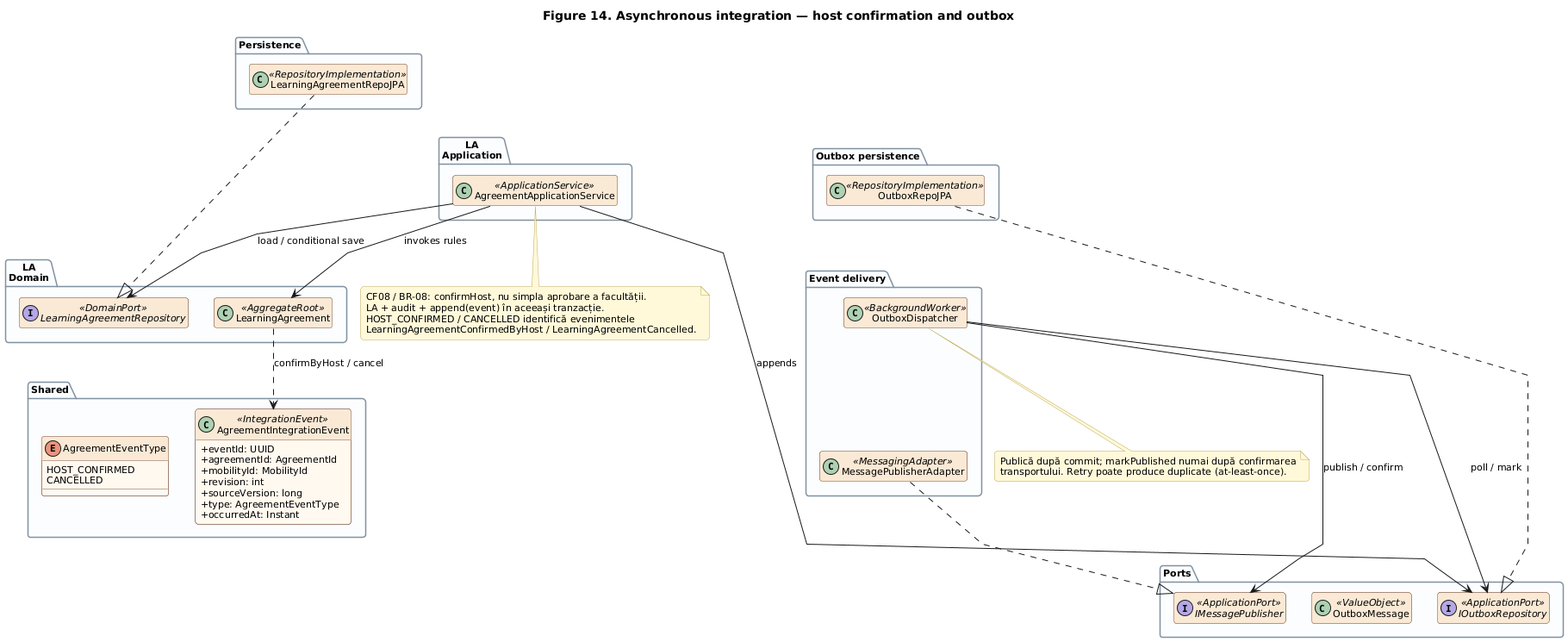
Above: models/diagrams-png/Figura14-Outbox-Publisher-Integration.png in prigo929/erasmus-mobility-platform (PlantUML), before the change.
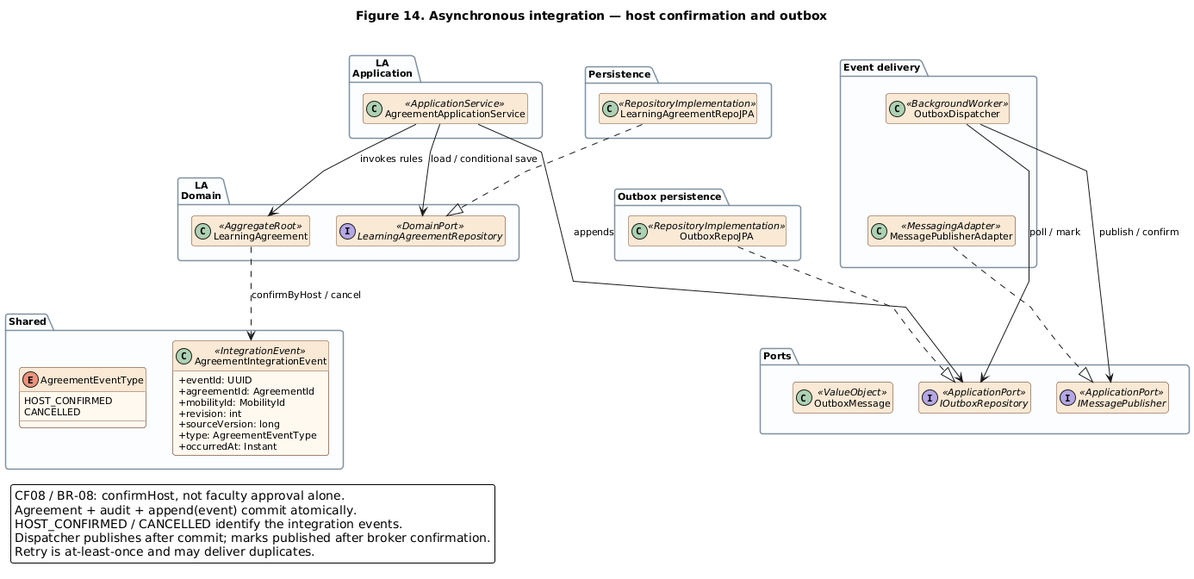
After the change.

Change to the diagram source:
```diff
@@ -26,22 +26,22 @@
 hide LearningAgreement fields
 hide LearningAgreement methods
 hide AgreementApplicationService members
-AgreementApplicationService -[hidden]down-> OutboxDispatcher
+AgreementApplicationService -[hidden]right-> OutboxDispatcher
 LearningAgreement ..> AgreementIntegrationEvent : confirmByHost / cancel
-note bottom of AgreementApplicationService
-  CF08 / BR-08: confirmHost, nu simpla aprobare a facultății.
-  LA + audit + append(event) în aceeași tranzacție.
-  HOST_CONFIRMED / CANCELLED identifică evenimentele
-  LearningAgreementConfirmedByHost / LearningAgreementCancelled.
-end note
-note bottom of OutboxDispatcher
-  Publică după commit; markPublished numai după confirmarea
-  transportului. Retry poate produce duplicate (at-least-once).
-end note
+legend bottom left
+  CF08 / BR-08: confirmHost, not faculty approval alone.
+  Agreement + audit + append(event) commit atomically.
+  HOST_CONFIRMED / CANCELLED identify the integration events.
+  Dispatcher publishes after commit; marks published after broker confirmation.
+  Retry is at-least-once and may deliver duplicates.
+endlegend
 
-LearningAgreementRepoJPA -[hidden]down-> OutboxRepoJPA
-OutboxRepoJPA -[hidden]down-> OutboxDispatcher
+LearningAgreementRepoJPA -[hidden]right-> OutboxRepoJPA
+OutboxRepoJPA -[hidden]down-> IOutboxRepository
+AgreementDelivery -[hidden]down-> OutboxContract
 OutboxDispatcher -[hidden]down-> MessagePublisherAdapter
+MessagePublisherAdapter -[hidden]down-> IMessagePublisher
+IMessagePublisher -[hidden]left-> IOutboxRepository
 remove AgreementOutbound
 hide members
 show AgreementIntegrationEvent fields
```
